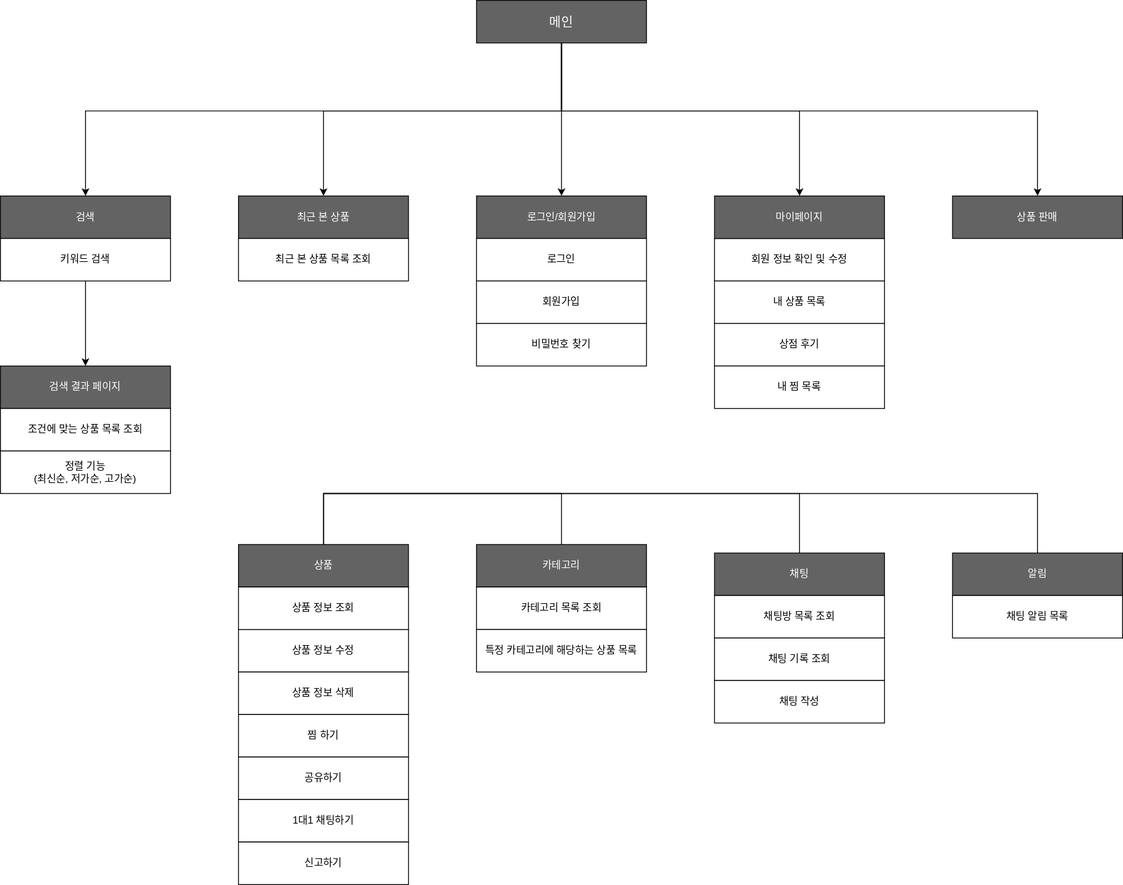
Above: menu-structure.svg in peeerr/document (draw.io), before the change. Source tidied: cells renumbered, new cells last; positions are measured from the earlier drawing's top-left corner, leaving out a move shared by most shapes.
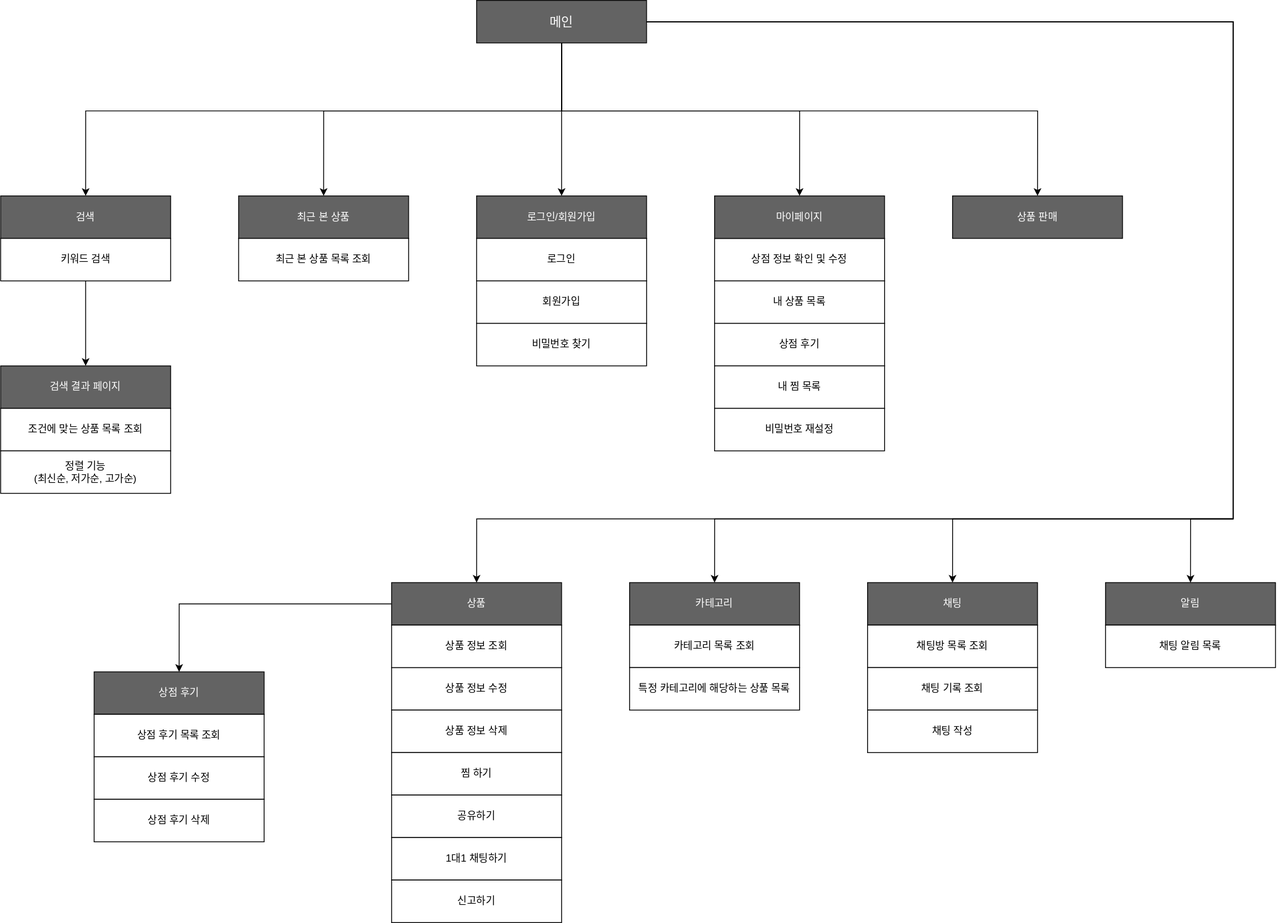
After the change.

What changed in the source:
```diff
@@ -37,10 +37,46 @@
         </Array>
       </mxGeometry>
     </mxCell>
+    <mxCell id="46" style="edgeStyle=orthogonalEdgeStyle;rounded=0;jettySize=auto;html=1;exitX=1;exitY=0.5;exitDx=0;exitDy=0;entryX=0.5;entryY=0;entryDx=0;entryDy=0;" parent="1" edge="1" source="7" target="25">
+      <mxGeometry relative="1" as="geometry">
+        <Array as="points">
+          <mxPoint x="1450" y="25" />
+          <mxPoint x="1450" y="610" />
+          <mxPoint x="560" y="610" />
+        </Array>
+      </mxGeometry>
+    </mxCell>
+    <mxCell id="47" style="edgeStyle=orthogonalEdgeStyle;rounded=0;jettySize=auto;html=1;exitX=1;exitY=0.5;exitDx=0;exitDy=0;entryX=0.5;entryY=0;entryDx=0;entryDy=0;" parent="1" edge="1" source="7" target="21">
+      <mxGeometry relative="1" as="geometry">
+        <Array as="points">
+          <mxPoint x="1450" y="25" />
+          <mxPoint x="1450" y="610" />
+          <mxPoint x="840" y="610" />
+        </Array>
+      </mxGeometry>
+    </mxCell>
+    <mxCell id="48" style="edgeStyle=orthogonalEdgeStyle;rounded=0;jettySize=auto;html=1;exitX=1;exitY=0.5;exitDx=0;exitDy=0;entryX=0.5;entryY=0;entryDx=0;entryDy=0;" parent="1" edge="1" source="7" target="17">
+      <mxGeometry relative="1" as="geometry">
+        <Array as="points">
+          <mxPoint x="1450" y="25" />
+          <mxPoint x="1450" y="610" />
+          <mxPoint x="1120" y="610" />
+        </Array>
+      </mxGeometry>
+    </mxCell>
+    <mxCell id="49" style="edgeStyle=orthogonalEdgeStyle;rounded=0;jettySize=auto;html=1;exitX=1;exitY=0.5;exitDx=0;exitDy=0;entryX=0.5;entryY=0;entryDx=0;entryDy=0;" parent="1" edge="1" source="7" target="41">
+      <mxGeometry relative="1" as="geometry">
+        <Array as="points">
+          <mxPoint x="1450" y="25" />
+          <mxPoint x="1450" y="610" />
+          <mxPoint x="1400" y="610" />
+        </Array>
+      </mxGeometry>
+    </mxCell>
     <mxCell id="7" value="메인" style="rounded=0;whiteSpace=wrap;html=1;fillColor=#636363;strokeColor=#080808;fontColor=#FFFFFF;fontSize=15;" parent="1" vertex="1">
       <mxGeometry x="560" width="200" height="50" as="geometry" />
     </mxCell>
-    <mxCell id="8" value="회원 정보 확인 및 수정" style="rounded=0;whiteSpace=wrap;html=1;" parent="1" vertex="1">
+    <mxCell id="8" value="상점 정보 확인 및 수정" style="rounded=0;whiteSpace=wrap;html=1;" parent="1" vertex="1">
       <mxGeometry x="840" y="280" width="200" height="50" as="geometry" />
     </mxCell>
     <mxCell id="9" value="내 상품 목록" style="rounded=0;whiteSpace=wrap;html=1;" parent="1" vertex="1">
@@ -68,46 +104,25 @@
       <mxGeometry x="280" y="230" width="200" height="50" as="geometry" />
     </mxCell>
     <mxCell id="17" value="채팅" style="rounded=0;whiteSpace=wrap;html=1;fillColor=#636363;strokeColor=#080808;fontColor=#FFFFFF;" parent="1" vertex="1">
-      <mxGeometry x="840" y="650" width="200" height="50" as="geometry" />
+      <mxGeometry x="1020" y="685" width="200" height="50" as="geometry" />
     </mxCell>
     <mxCell id="18" value="채팅방 목록 조회" style="rounded=0;whiteSpace=wrap;html=1;" parent="1" vertex="1">
-      <mxGeometry x="840" y="700" width="200" height="50" as="geometry" />
+      <mxGeometry x="1020" y="735" width="200" height="50" as="geometry" />
     </mxCell>
     <mxCell id="19" value="채팅 기록 조회" style="rounded=0;whiteSpace=wrap;html=1;" parent="1" vertex="1">
-      <mxGeometry x="840" y="750" width="200" height="50" as="geometry" />
+      <mxGeometry x="1020" y="785" width="200" height="50" as="geometry" />
     </mxCell>
     <mxCell id="20" value="채팅 작성" style="rounded=0;whiteSpace=wrap;html=1;" parent="1" vertex="1">
-      <mxGeometry x="840" y="800" width="200" height="50" as="geometry" />
+      <mxGeometry x="1020" y="835" width="200" height="50" as="geometry" />
     </mxCell>
     <mxCell id="21" value="카테고리" style="rounded=0;whiteSpace=wrap;html=1;fillColor=#636363;strokeColor=#080808;fontColor=#FFFFFF;" parent="1" vertex="1">
-      <mxGeometry x="560" y="640" width="200" height="50" as="geometry" />
+      <mxGeometry x="740" y="685" width="200" height="50" as="geometry" />
     </mxCell>
-    <mxCell id="22" style="edgeStyle=orthogonalEdgeStyle;rounded=0;jettySize=auto;html=1;exitX=0.5;exitY=0;exitDx=0;exitDy=0;entryX=0.5;entryY=0;entryDx=0;entryDy=0;endArrow=none;endFill=0;" parent="1" edge="1" source="25" target="21">
-      <mxGeometry relative="1" as="geometry">
-        <Array as="points">
-          <mxPoint x="380" y="580" />
-          <mxPoint x="660" y="580" />
-        </Array>
-      </mxGeometry>
-    </mxCell>
-    <mxCell id="23" style="edgeStyle=orthogonalEdgeStyle;rounded=0;jettySize=auto;html=1;exitX=0.5;exitY=0;exitDx=0;exitDy=0;entryX=0.5;entryY=0;entryDx=0;entryDy=0;endArrow=none;endFill=0;" parent="1" edge="1" source="25" target="17">
-      <mxGeometry relative="1" as="geometry">
-        <Array as="points">
-          <mxPoint x="380" y="580" />
-          <mxPoint x="940" y="580" />
-        </Array>
-      </mxGeometry>
-    </mxCell>
-    <mxCell id="24" style="edgeStyle=orthogonalEdgeStyle;rounded=0;jettySize=auto;html=1;exitX=0.5;exitY=0;exitDx=0;exitDy=0;entryX=0.5;entryY=0;entryDx=0;entryDy=0;endArrow=none;endFill=0;" parent="1" edge="1" source="25" target="41">
-      <mxGeometry relative="1" as="geometry">
-        <Array as="points">
-          <mxPoint x="380" y="580" />
-          <mxPoint x="1220" y="580" />
-        </Array>
-      </mxGeometry>
-    </mxCell>
+    <mxCell id="50" style="edgeStyle=orthogonalEdgeStyle;rounded=0;jettySize=auto;html=1;exitX=0;exitY=0.5;exitDx=0;exitDy=0;entryX=0.5;entryY=0;entryDx=0;entryDy=0;" parent="1" edge="1" source="25" target="52">
+      <mxGeometry relative="1" as="geometry" />
+    </mxCell>
     <mxCell id="25" value="상품" style="rounded=0;whiteSpace=wrap;html=1;fillColor=#636363;strokeColor=#080808;fontColor=#FFFFFF;" parent="1" vertex="1">
-      <mxGeometry x="280" y="640" width="200" height="50" as="geometry" />
+      <mxGeometry x="460" y="685" width="200" height="50" as="geometry" />
     </mxCell>
     <mxCell id="26" style="edgeStyle=orthogonalEdgeStyle;rounded=0;jettySize=auto;html=1;entryX=0.5;entryY=0;entryDx=0;entryDy=0;" parent="1" edge="1" source="27" target="43">
       <mxGeometry relative="1" as="geometry" />
@@ -125,40 +140,40 @@
       <mxGeometry x="560" y="380" width="200" height="50" as="geometry" />
     </mxCell>
     <mxCell id="31" value="카테고리 목록 조회" style="rounded=0;whiteSpace=wrap;html=1;" parent="1" vertex="1">
-      <mxGeometry x="560" y="690" width="200" height="50" as="geometry" />
+      <mxGeometry x="740" y="735" width="200" height="50" as="geometry" />
     </mxCell>
     <mxCell id="32" value="특정 카테고리에 해당하는 상품 목록" style="rounded=0;whiteSpace=wrap;html=1;" parent="1" vertex="1">
-      <mxGeometry x="560" y="740" width="200" height="50" as="geometry" />
+      <mxGeometry x="740" y="785" width="200" height="50" as="geometry" />
     </mxCell>
     <mxCell id="33" value="상품 정보 수정" style="rounded=0;whiteSpace=wrap;html=1;" parent="1" vertex="1">
-      <mxGeometry x="280" y="740" width="200" height="50" as="geometry" />
+      <mxGeometry x="460" y="785" width="200" height="50" as="geometry" />
     </mxCell>
     <mxCell id="34" value="상품 정보 삭제" style="rounded=0;whiteSpace=wrap;html=1;" parent="1" vertex="1">
-      <mxGeometry x="280" y="790" width="200" height="50" as="geometry" />
+      <mxGeometry x="460" y="835" width="200" height="50" as="geometry" />
     </mxCell>
     <mxCell id="35" value="찜 하기" style="rounded=0;whiteSpace=wrap;html=1;" parent="1" vertex="1">
-      <mxGeometry x="280" y="840" width="200" height="50" as="geometry" />
+      <mxGeometry x="460" y="885" width="200" height="50" as="geometry" />
     </mxCell>
     <mxCell id="36" value="공유하기" style="rounded=0;whiteSpace=wrap;html=1;" parent="1" vertex="1">
-      <mxGeometry x="280" y="890" width="200" height="50" as="geometry" />
+      <mxGeometry x="460" y="935" width="200" height="50" as="geometry" />
     </mxCell>
     <mxCell id="37" value="1대1 채팅하기" style="rounded=0;whiteSpace=wrap;html=1;" parent="1" vertex="1">
-      <mxGeometry x="280" y="940" width="200" height="50" as="geometry" />
+      <mxGeometry x="460" y="985" width="200" height="50" as="geometry" />
     </mxCell>
     <mxCell id="38" value="신고하기" style="rounded=0;whiteSpace=wrap;html=1;" parent="1" vertex="1">
-      <mxGeometry x="280" y="990" width="200" height="50" as="geometry" />
+      <mxGeometry x="460" y="1035" width="200" height="50" as="geometry" />
     </mxCell>
     <mxCell id="39" value="상품 정보 조회" style="rounded=0;whiteSpace=wrap;html=1;" parent="1" vertex="1">
-      <mxGeometry x="280" y="690" width="200" height="50" as="geometry" />
+      <mxGeometry x="460" y="735" width="200" height="50" as="geometry" />
     </mxCell>
     <mxCell id="40" value="최근 본 상품 목록 조회" style="rounded=0;whiteSpace=wrap;html=1;" parent="1" vertex="1">
       <mxGeometry x="280" y="280" width="200" height="50" as="geometry" />
     </mxCell>
     <mxCell id="41" value="알림" style="rounded=0;whiteSpace=wrap;html=1;fillColor=#636363;strokeColor=#080808;fontColor=#FFFFFF;" parent="1" vertex="1">
-      <mxGeometry x="1120" y="650" width="200" height="50" as="geometry" />
+      <mxGeometry x="1300" y="685" width="200" height="50" as="geometry" />
     </mxCell>
     <mxCell id="42" value="채팅 알림 목록" style="rounded=0;whiteSpace=wrap;html=1;" parent="1" vertex="1">
-      <mxGeometry x="1120" y="700" width="200" height="50" as="geometry" />
+      <mxGeometry x="1300" y="735" width="200" height="50" as="geometry" />
     </mxCell>
     <mxCell id="43" value="검색 결과 페이지" style="rounded=0;whiteSpace=wrap;html=1;fillColor=#636363;strokeColor=#080808;fontColor=#FFFFFF;" parent="1" vertex="1">
       <mxGeometry y="430" width="200" height="50" as="geometry" />
@@ -169,5 +184,20 @@
     <mxCell id="45" value="정렬 기능&lt;div&gt;(최신순, 저가순, 고가순)&lt;/div&gt;" style="rounded=0;whiteSpace=wrap;html=1;" parent="1" vertex="1">
       <mxGeometry y="530" width="200" height="50" as="geometry" />
     </mxCell>
+    <mxCell id="51" value="비밀번호 재설정" style="rounded=0;whiteSpace=wrap;html=1;" parent="1" vertex="1">
+      <mxGeometry x="840" y="480" width="200" height="50" as="geometry" />
+    </mxCell>
+    <mxCell id="52" value="상점 후기" style="rounded=0;whiteSpace=wrap;html=1;fillColor=#636363;strokeColor=#080808;fontColor=#FFFFFF;" parent="1" vertex="1">
+      <mxGeometry x="110" y="790" width="200" height="50" as="geometry" />
+    </mxCell>
+    <mxCell id="53" value="상점 후기 목록 조회" style="rounded=0;whiteSpace=wrap;html=1;" parent="1" vertex="1">
+      <mxGeometry x="110" y="840" width="200" height="50" as="geometry" />
+    </mxCell>
+    <mxCell id="54" value="상점 후기 수정" style="rounded=0;whiteSpace=wrap;html=1;" parent="1" vertex="1">
+      <mxGeometry x="110" y="890" width="200" height="50" as="geometry" />
+    </mxCell>
+    <mxCell id="55" value="상점 후기 삭제" style="rounded=0;whiteSpace=wrap;html=1;" parent="1" vertex="1">
+      <mxGeometry x="110" y="940" width="200" height="50" as="geometry" />
+    </mxCell>
   </root>
 </mxGraphModel>
```
